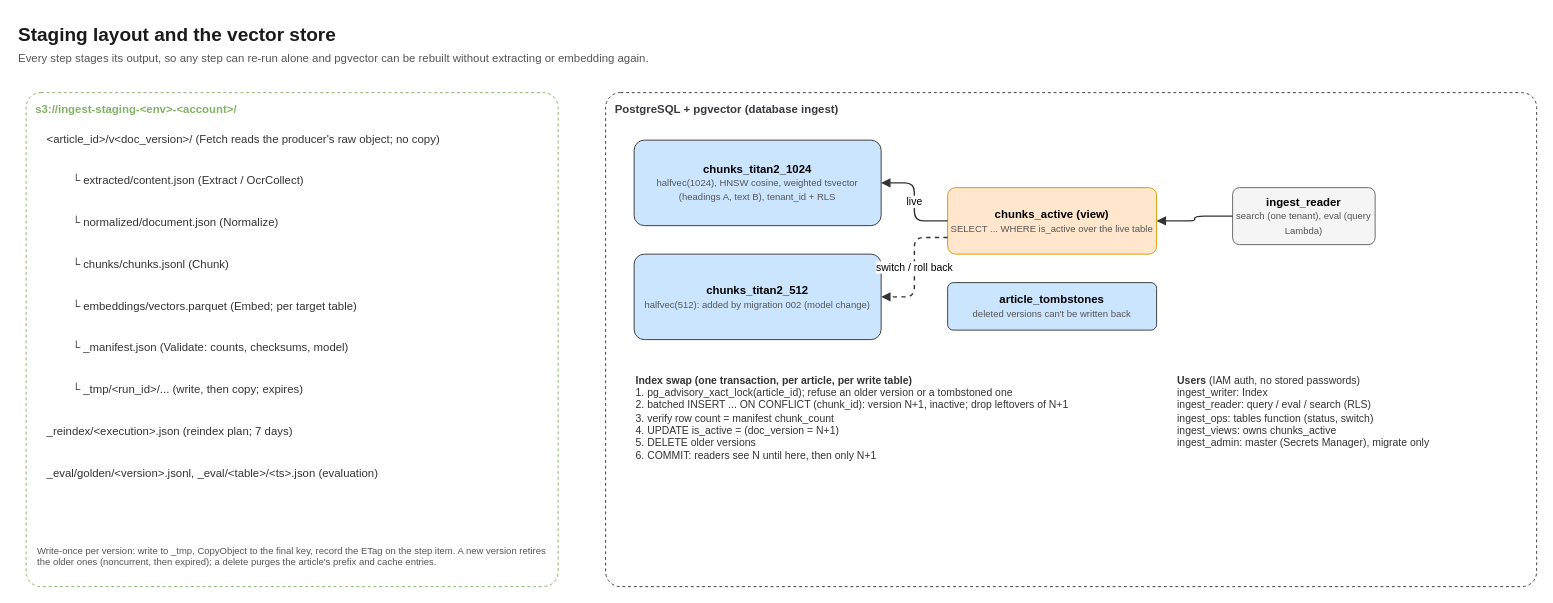
The draw.io diagram page "6. Staging and vector store" (6 of 10) of docs/diagrams/entingestion.drawio in naya-tech-team/entingestion, before the edit. Source tidied: cells renumbered, new cells numbered last; positions are measured from the earlier drawing's top-left corner, leaving out a move shared by most shapes. Both pictures are drawn from the tidied source at 95%, with x=0, y=0 at pixel (16, 16).
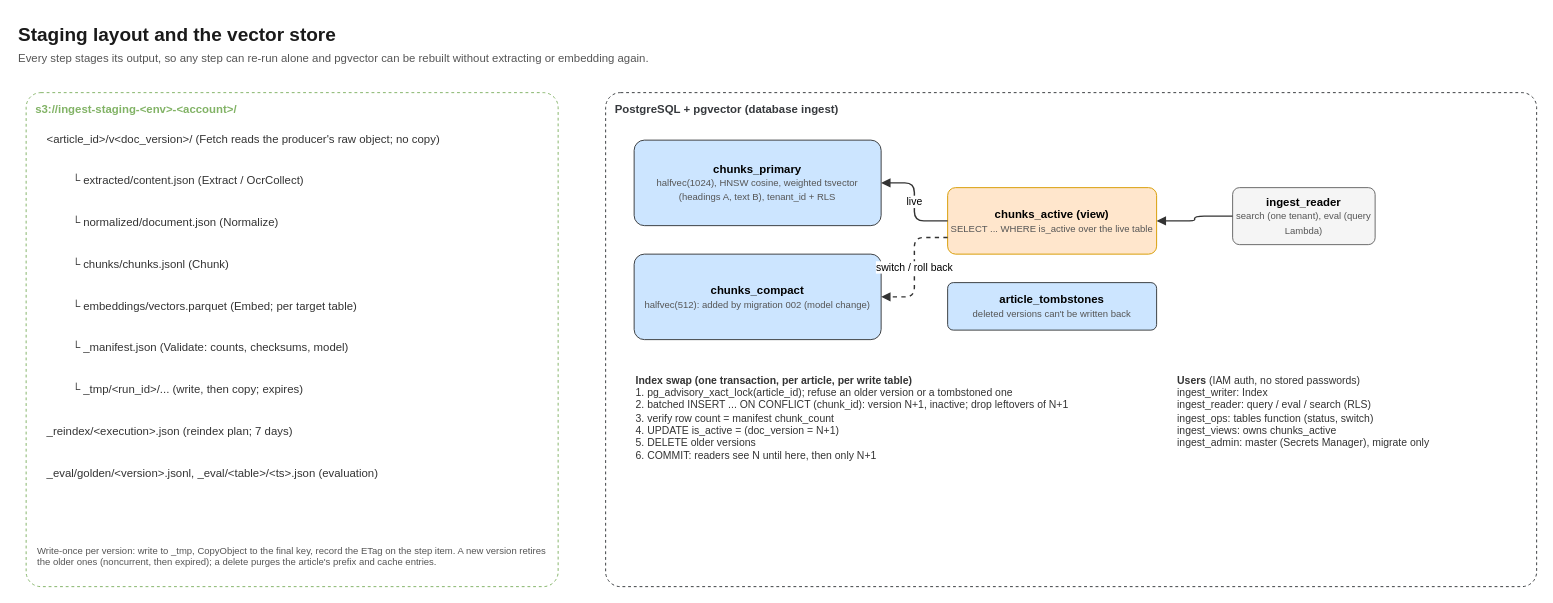
The same page after the edit.

What changed in the source:
```diff
@@
-    <mxCell id="16" value="&lt;b&gt;chunks_titan2_1024&lt;/b&gt;&lt;br&gt;&lt;font style='font-size:10px' color='#555555'&gt;halfvec(1024), HNSW cosine, weighted tsvector (headings A, text B), tenant_id + RLS&lt;/font&gt;" style="rounded=1;arcSize=12;whiteSpace=wrap;html=1;fillColor=#cce5ff;strokeColor=#36393d;fontFamily=Helvetica;fontSize=12;" parent="1" vertex="1">
+    <mxCell id="16" value="&lt;b&gt;chunks_primary&lt;/b&gt;&lt;br&gt;&lt;font style='font-size:10px' color='#555555'&gt;halfvec(1024), HNSW cosine, weighted tsvector (headings A, text B), tenant_id + RLS&lt;/font&gt;" style="rounded=1;arcSize=12;whiteSpace=wrap;html=1;fillColor=#cce5ff;strokeColor=#36393d;fontFamily=Helvetica;fontSize=12;" parent="1" vertex="1">
       <mxGeometry x="650" y="130" width="260" height="90" as="geometry" />
     </mxCell>
-    <mxCell id="17" value="&lt;b&gt;chunks_titan2_512&lt;/b&gt;&lt;br&gt;&lt;font style='font-size:10px' color='#555555'&gt;halfvec(512): added by migration 002 (model change)&lt;/font&gt;" style="rounded=1;arcSize=12;whiteSpace=wrap;html=1;fillColor=#cce5ff;strokeColor=#36393d;fontFamily=Helvetica;fontSize=12;" parent="1" vertex="1">
+    <mxCell id="17" value="&lt;b&gt;chunks_compact&lt;/b&gt;&lt;br&gt;&lt;font style='font-size:10px' color='#555555'&gt;halfvec(512): added by migration 002 (model change)&lt;/font&gt;" style="rounded=1;arcSize=12;whiteSpace=wrap;html=1;fillColor=#cce5ff;strokeColor=#36393d;fontFamily=Helvetica;fontSize=12;" parent="1" vertex="1">
       <mxGeometry x="650" y="250" width="260" height="90" as="geometry" />
     </mxCell>
```
